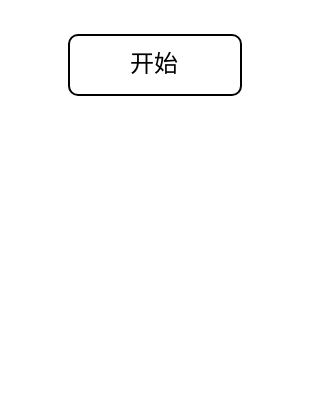
The draw.io diagram Untitled Diagram.drawio in tangqingguo/fairyland, before the edit. Source tidied: cells renumbered, new cells numbered last; positions are measured from the earlier drawing's top-left corner, leaving out a move shared by most shapes. Both pictures are drawn from the tidied source at 200%, with x=0, y=0 at pixel (68, 34).
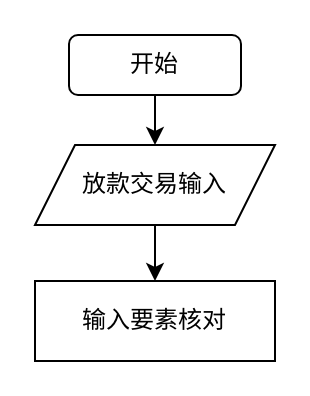
The same page after the edit.

Change to the diagram source:
```diff
@@
 <mxGraphModel>
   <root>
     <mxCell id="0" />
     <mxCell id="1" parent="0" />
+    <mxCell id="3" style="edgeStyle=orthogonalEdgeStyle;rounded=0;jettySize=auto;html=1;exitX=0.5;exitY=1;exitDx=0;exitDy=0;" parent="1" edge="1" source="2" target="4">
+      <mxGeometry relative="1" as="geometry" />
+    </mxCell>
     <mxCell id="2" value="开始" style="rounded=1;whiteSpace=wrap;html=1;" parent="1" vertex="1">
       <mxGeometry width="86" height="30" as="geometry" />
     </mxCell>
+    <mxCell id="4" value="放款交易输入" style="shape=parallelogram;perimeter=parallelogramPerimeter;whiteSpace=wrap;html=1;fixedSize=1;" parent="1" vertex="1">
+      <mxGeometry x="-17" y="55" width="120" height="40" as="geometry" />
+    </mxCell>
+    <mxCell id="5" value="输入要素核对" style="rounded=0;whiteSpace=wrap;html=1;" parent="1" vertex="1">
+      <mxGeometry x="-17" y="123" width="120" height="40" as="geometry" />
+    </mxCell>
+    <mxCell id="6" style="edgeStyle=orthogonalEdgeStyle;rounded=0;jettySize=auto;html=1;exitX=0.5;exitY=1;exitDx=0;exitDy=0;" parent="1" edge="1" source="4" target="5">
+      <mxGeometry relative="1" as="geometry" />
+    </mxCell>
   </root>
 </mxGraphModel>
```
